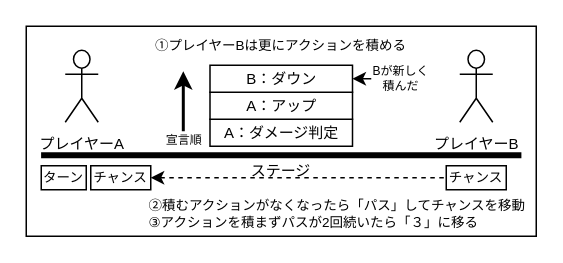
Earlier version of the draw.io diagram source/common/images/action-request2.drawio (BlackPoker/BlackPoker). Source tidied: cells renumbered, new cells numbered last; positions are measured from the earlier drawing's top-left corner, leaving out a move shared by most shapes. Both pictures are drawn from the tidied source at 150%, with x=0, y=0 at pixel (26, 26).
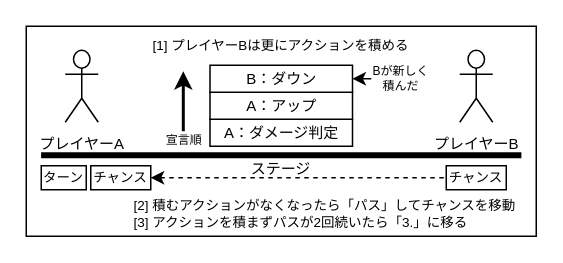
The same diagram, later.

Commit message (it also covers changes not shown here):
docs: add action request diagrams and exported assets

The edit, as a diff of the source:
```diff
@@
-    <mxCell id="3" value="&lt;span style=&quot;font-size: 9px;&quot;&gt;①プレイヤーBは更にアクションを積める&lt;/span&gt;" style="text;html=1;strokeColor=none;fillColor=none;align=center;verticalAlign=middle;whiteSpace=wrap;rounded=0;fontColor=#000000;fontSize=9;" parent="1" vertex="1">
+    <mxCell id="3" value="&lt;span style=&quot;text-align: left;&quot;&gt;[1]&amp;nbsp;&lt;/span&gt;&lt;span style=&quot;font-size: 9px;&quot;&gt;プレイヤーBは更にアクションを積める&lt;/span&gt;" style="text;html=1;strokeColor=none;fillColor=none;align=center;verticalAlign=middle;whiteSpace=wrap;rounded=0;fontColor=#000000;fontSize=9;" parent="1" vertex="1">
       <mxGeometry x="10" y="3" width="320" height="20" as="geometry" />
     </mxCell>
     <mxCell id="4" value="ステージ" style="text;html=1;strokeColor=none;fillColor=none;align=center;verticalAlign=middle;whiteSpace=wrap;rounded=0;fontSize=10;fontColor=#000000;" parent="1" vertex="1">
-      <mxGeometry x="145" y="88" width="50" height="15" as="geometry" />
+      <mxGeometry x="145" y="87" width="50" height="15" as="geometry" />
     </mxCell>
@@
-    <mxCell id="13" value="&lt;span style=&quot;font-size: 9px;&quot;&gt;②積むアクションがなくなったら「パス」してチャンスを移動&lt;br style=&quot;font-size: 9px;&quot;&gt;③アクションを積まずパスが2回続いたら「３」に移る&lt;br style=&quot;font-size: 9px;&quot;&gt;&lt;/span&gt;" style="text;html=1;strokeColor=none;fillColor=none;align=left;verticalAlign=middle;whiteSpace=wrap;rounded=0;fontColor=#000000;fontSize=9;" parent="1" vertex="1">
-      <mxGeometry x="80" y="109" width="255" height="31" as="geometry" />
+    <mxCell id="13" value="[2]&amp;nbsp;&lt;span style=&quot;font-size: 9px;&quot;&gt;積むアクションがなくなったら「パス」してチャンスを移動&lt;br style=&quot;font-size: 9px;&quot;&gt;&lt;/span&gt;[3]&amp;nbsp;&lt;span style=&quot;font-size: 9px;&quot;&gt;アクションを積まずパスが2回続いたら「3.」に移る&lt;br style=&quot;font-size: 9px;&quot;&gt;&lt;/span&gt;" style="text;html=1;strokeColor=none;fillColor=none;align=left;verticalAlign=middle;whiteSpace=wrap;rounded=0;fontColor=#000000;fontSize=9;" parent="1" vertex="1">
+      <mxGeometry x="70" y="109" width="265" height="31" as="geometry" />
     </mxCell>
```
